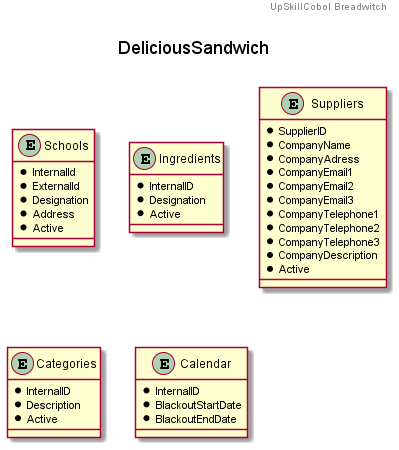
This is Part2/documentation/ER_DeliciousSandwich.png from UpSkillCobol/lab2, a PlantUML export, as it was before one commit.
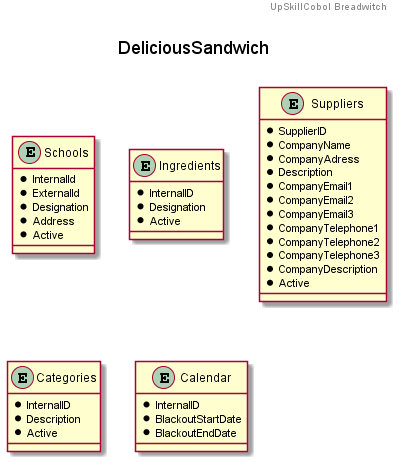
The same file after the commit.

What changed in the source:
```diff
@@ -23,6 +23,7 @@
   * SupplierID
   * CompanyName
   * CompanyAdress
+  * Description
   * CompanyEmail1
   * CompanyEmail2
   * CompanyEmail3
```
